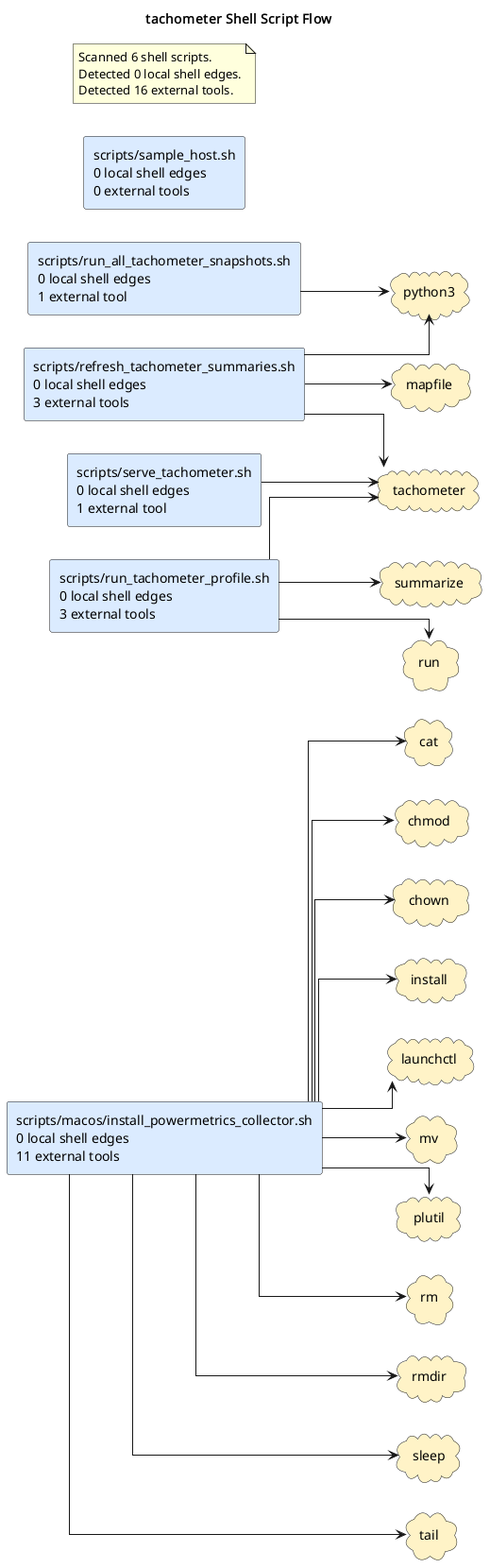
The PlantUML diagram docs/diagrams/shell-call-graph.puml.png in casonk/tachometer, before a commit.
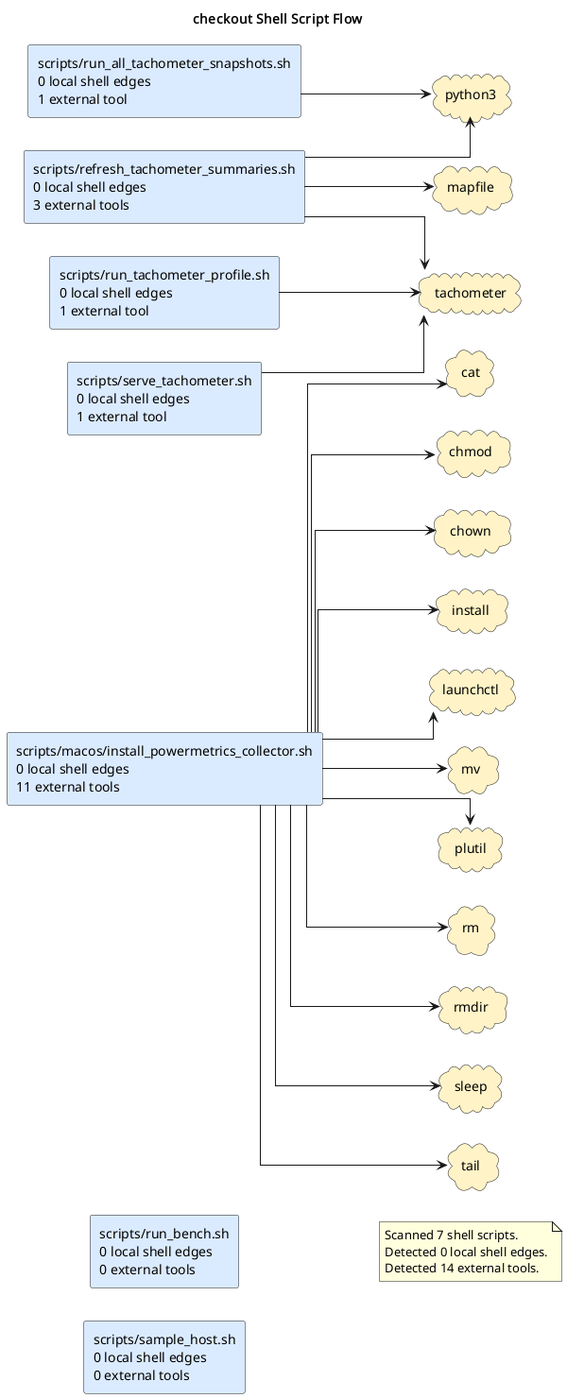
After the change.

What changed in the source:
```diff
@@ -1,5 +1,5 @@
 @startuml
-title tachometer Shell Script Flow
+title checkout Shell Script Flow
 left to right direction
 skinparam shadowing false
 skinparam defaultFontName Monospace
@@ -8,7 +8,8 @@
 rectangle "scripts/macos/install_powermetrics_collector.sh\n0 local shell edges\n11 external tools" as shell_scripts_macos_install_powermetrics_collector_sh #DBEAFE
 rectangle "scripts/refresh_tachometer_summaries.sh\n0 local shell edges\n3 external tools" as shell_scripts_refresh_tachometer_summaries_sh #DBEAFE
 rectangle "scripts/run_all_tachometer_snapshots.sh\n0 local shell edges\n1 external tool" as shell_scripts_run_all_tachometer_snapshots_sh #DBEAFE
-rectangle "scripts/run_tachometer_profile.sh\n0 local shell edges\n3 external tools" as shell_scripts_run_tachometer_profile_sh #DBEAFE
+rectangle "scripts/run_bench.sh\n0 local shell edges\n0 external tools" as shell_scripts_run_bench_sh #DBEAFE
+rectangle "scripts/run_tachometer_profile.sh\n0 local shell edges\n1 external tool" as shell_scripts_run_tachometer_profile_sh #DBEAFE
 rectangle "scripts/sample_host.sh\n0 local shell edges\n0 external tools" as shell_scripts_sample_host_sh #DBEAFE
 rectangle "scripts/serve_tachometer.sh\n0 local shell edges\n1 external tool" as shell_scripts_serve_tachometer_sh #DBEAFE
 cloud "cat" as tool_cat #FEF3C7
@@ -22,9 +23,7 @@
 cloud "python3" as tool_python3 #FEF3C7
 cloud "rm" as tool_rm #FEF3C7
 cloud "rmdir" as tool_rmdir #FEF3C7
-cloud "run" as tool_run #FEF3C7
 cloud "sleep" as tool_sleep #FEF3C7
-cloud "summarize" as tool_summarize #FEF3C7
 cloud "tachometer" as tool_tachometer #FEF3C7
 cloud "tail" as tool_tail #FEF3C7
 shell_scripts_macos_install_powermetrics_collector_sh --> tool_cat
@@ -42,13 +41,11 @@
 shell_scripts_refresh_tachometer_summaries_sh --> tool_python3
 shell_scripts_refresh_tachometer_summaries_sh --> tool_tachometer
 shell_scripts_run_all_tachometer_snapshots_sh --> tool_python3
-shell_scripts_run_tachometer_profile_sh --> tool_run
-shell_scripts_run_tachometer_profile_sh --> tool_summarize
 shell_scripts_run_tachometer_profile_sh --> tool_tachometer
 shell_scripts_serve_tachometer_sh --> tool_tachometer
 note as shellGraphSummary
-Scanned 6 shell scripts.
+Scanned 7 shell scripts.
 Detected 0 local shell edges.
-Detected 16 external tools.
+Detected 14 external tools.
 end note
 @enduml
```
